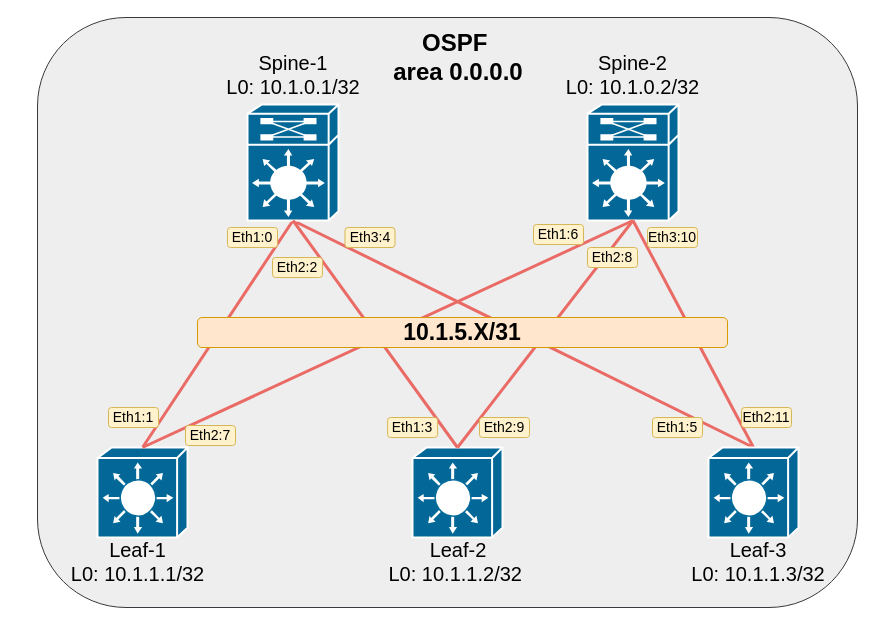
The draw.io diagram lab2/Копия dz-2_topo_clos.drawio in Tema-sudo/OTUS_DC_network_design, before the edit. Source tidied: cells renumbered, new cells numbered last; positions are measured from the earlier drawing's top-left corner, leaving out a move shared by most shapes. Both pictures are drawn from the tidied source at 100%, with x=0, y=0 at pixel (37, 17).
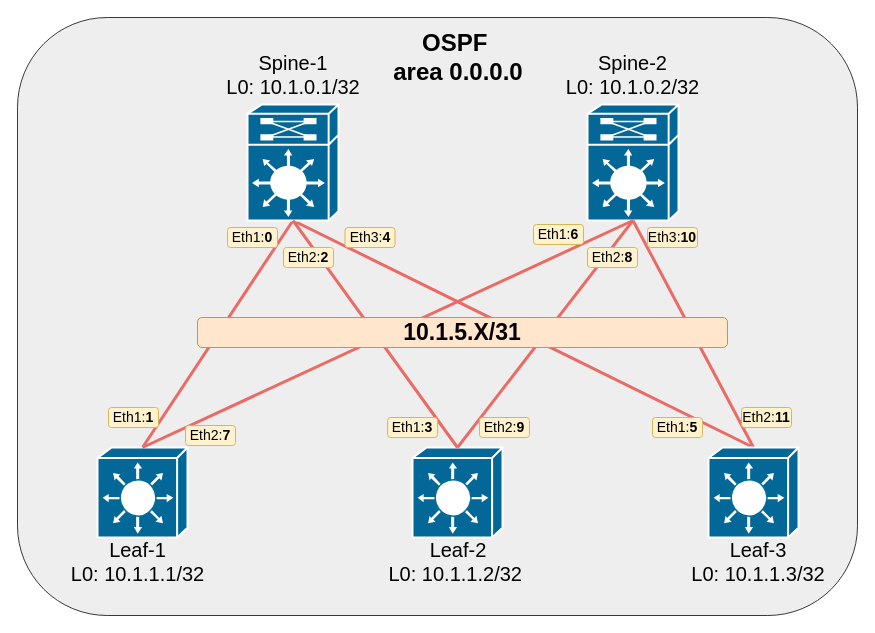
The same diagram, later.

What changed in the source:
```diff
@@
     <mxCell id="2" style="rounded=1;whiteSpace=wrap;html=1;hachureGap=4;fontFamily=Architects Daughter;fontSize=20;strokeColor=#36393d;fillColor=#eeeeee;" parent="1" vertex="1">
-      <mxGeometry width="820" height="590" as="geometry" />
+      <mxGeometry x="-20" width="840" height="598" as="geometry" />
     </mxCell>
@@
-    <mxCell id="18" value="Eth1:1" style="text;html=1;strokeColor=#d6b656;fillColor=#fff2cc;align=center;verticalAlign=middle;whiteSpace=wrap;rounded=1;fontSize=14;fontFamily=Helvetica;horizontal=1;" parent="1" vertex="1">
+    <mxCell id="18" value="Eth1:&lt;b&gt;1&lt;/b&gt;" style="text;html=1;strokeColor=#d6b656;fillColor=#fff2cc;align=center;verticalAlign=middle;whiteSpace=wrap;rounded=1;fontSize=14;fontFamily=Helvetica;horizontal=1;" parent="1" vertex="1">
       <mxGeometry x="71" y="390" width="50" height="20" as="geometry" />
     </mxCell>
@@
-    <mxCell id="21" value="Eth2:7" style="text;html=1;strokeColor=#d6b656;fillColor=#fff2cc;align=center;verticalAlign=middle;whiteSpace=wrap;rounded=1;fontSize=14;fontFamily=Helvetica;horizontal=1;" parent="1" vertex="1">
+    <mxCell id="21" value="Eth2:&lt;b&gt;7&lt;/b&gt;" style="text;html=1;strokeColor=#d6b656;fillColor=#fff2cc;align=center;verticalAlign=middle;whiteSpace=wrap;rounded=1;fontSize=14;fontFamily=Helvetica;horizontal=1;" parent="1" vertex="1">
       <mxGeometry x="148" y="408" width="50" height="20" as="geometry" />
     </mxCell>
-    <mxCell id="22" value="Eth1:0" style="text;html=1;strokeColor=#d6b656;fillColor=#fff2cc;align=center;verticalAlign=middle;whiteSpace=wrap;rounded=1;fontSize=14;fontFamily=Helvetica;horizontal=1;" parent="1" vertex="1">
+    <mxCell id="22" value="Eth1:&lt;b&gt;0&lt;/b&gt;" style="text;html=1;strokeColor=#d6b656;fillColor=#fff2cc;align=center;verticalAlign=middle;whiteSpace=wrap;rounded=1;fontSize=14;fontFamily=Helvetica;horizontal=1;" parent="1" vertex="1">
       <mxGeometry x="190" y="210" width="50" height="20" as="geometry" />
     </mxCell>
-    <mxCell id="23" value="Eth2:2" style="text;html=1;strokeColor=#d6b656;fillColor=#fff2cc;align=center;verticalAlign=middle;whiteSpace=wrap;rounded=1;fontSize=14;fontFamily=Helvetica;horizontal=1;" parent="1" vertex="1">
-      <mxGeometry x="235" y="240" width="50" height="20" as="geometry" />
+    <mxCell id="23" value="Eth2:&lt;b&gt;2&lt;/b&gt;" style="text;html=1;strokeColor=#d6b656;fillColor=#fff2cc;align=center;verticalAlign=middle;whiteSpace=wrap;rounded=1;fontSize=14;fontFamily=Helvetica;horizontal=1;" parent="1" vertex="1">
+      <mxGeometry x="246" y="230" width="50" height="20" as="geometry" />
     </mxCell>
-    <mxCell id="24" value="Eth1:3" style="text;html=1;strokeColor=#d6b656;fillColor=#fff2cc;align=center;verticalAlign=middle;whiteSpace=wrap;rounded=1;fontSize=14;fontFamily=Helvetica;horizontal=1;" parent="1" vertex="1">
+    <mxCell id="24" value="Eth1:&lt;b&gt;3&lt;/b&gt;" style="text;html=1;strokeColor=#d6b656;fillColor=#fff2cc;align=center;verticalAlign=middle;whiteSpace=wrap;rounded=1;fontSize=14;fontFamily=Helvetica;horizontal=1;" parent="1" vertex="1">
       <mxGeometry x="350.1" y="400" width="50" height="20" as="geometry" />
     </mxCell>
-    <mxCell id="25" value="Eth1:6" style="text;html=1;strokeColor=#d6b656;fillColor=#fff2cc;align=center;verticalAlign=middle;whiteSpace=wrap;rounded=1;fontSize=14;fontFamily=Helvetica;horizontal=1;" parent="1" vertex="1">
+    <mxCell id="25" value="Eth1:&lt;b&gt;6&lt;/b&gt;" style="text;html=1;strokeColor=#d6b656;fillColor=#fff2cc;align=center;verticalAlign=middle;whiteSpace=wrap;rounded=1;fontSize=14;fontFamily=Helvetica;horizontal=1;" parent="1" vertex="1">
       <mxGeometry x="496" y="207" width="50" height="20" as="geometry" />
     </mxCell>
-    <mxCell id="26" value="Eth3:4" style="text;html=1;strokeColor=#d6b656;fillColor=#fff2cc;align=center;verticalAlign=middle;whiteSpace=wrap;rounded=1;fontSize=14;fontFamily=Helvetica;horizontal=1;" parent="1" vertex="1">
+    <mxCell id="26" value="Eth3:&lt;b&gt;4&lt;/b&gt;" style="text;html=1;strokeColor=#d6b656;fillColor=#fff2cc;align=center;verticalAlign=middle;whiteSpace=wrap;rounded=1;fontSize=14;fontFamily=Helvetica;horizontal=1;" parent="1" vertex="1">
       <mxGeometry x="307.5" y="210" width="50" height="20" as="geometry" />
     </mxCell>
-    <mxCell id="27" value="Eth1:5" style="text;html=1;strokeColor=#d6b656;fillColor=#fff2cc;align=center;verticalAlign=middle;whiteSpace=wrap;rounded=1;fontSize=14;fontFamily=Helvetica;horizontal=1;" parent="1" vertex="1">
+    <mxCell id="27" value="Eth1:&lt;b&gt;5&lt;/b&gt;" style="text;html=1;strokeColor=#d6b656;fillColor=#fff2cc;align=center;verticalAlign=middle;whiteSpace=wrap;rounded=1;fontSize=14;fontFamily=Helvetica;horizontal=1;" parent="1" vertex="1">
       <mxGeometry x="615" y="400" width="50" height="20" as="geometry" />
     </mxCell>
-    <mxCell id="28" value="Eth2:9" style="text;html=1;strokeColor=#d6b656;fillColor=#fff2cc;align=center;verticalAlign=middle;whiteSpace=wrap;rounded=1;fontSize=14;fontFamily=Helvetica;horizontal=1;" parent="1" vertex="1">
+    <mxCell id="28" value="Eth2:&lt;b&gt;9&lt;/b&gt;" style="text;html=1;strokeColor=#d6b656;fillColor=#fff2cc;align=center;verticalAlign=middle;whiteSpace=wrap;rounded=1;fontSize=14;fontFamily=Helvetica;horizontal=1;" parent="1" vertex="1">
       <mxGeometry x="442" y="400" width="50" height="20" as="geometry" />
     </mxCell>
-    <mxCell id="29" value="Eth2:8" style="text;html=1;strokeColor=#d6b656;fillColor=#fff2cc;align=center;verticalAlign=middle;whiteSpace=wrap;rounded=1;fontSize=14;fontFamily=Helvetica;horizontal=1;" parent="1" vertex="1">
+    <mxCell id="29" value="Eth2:&lt;b&gt;8&lt;/b&gt;" style="text;html=1;strokeColor=#d6b656;fillColor=#fff2cc;align=center;verticalAlign=middle;whiteSpace=wrap;rounded=1;fontSize=14;fontFamily=Helvetica;horizontal=1;" parent="1" vertex="1">
       <mxGeometry x="550" y="230" width="50" height="20" as="geometry" />
     </mxCell>
-    <mxCell id="30" value="Eth3:10" style="text;html=1;strokeColor=#d6b656;fillColor=#fff2cc;align=center;verticalAlign=middle;whiteSpace=wrap;rounded=1;fontSize=14;fontFamily=Helvetica;horizontal=1;" parent="1" vertex="1">
+    <mxCell id="30" value="Eth3:&lt;b&gt;10&lt;/b&gt;" style="text;html=1;strokeColor=#d6b656;fillColor=#fff2cc;align=center;verticalAlign=middle;whiteSpace=wrap;rounded=1;fontSize=14;fontFamily=Helvetica;horizontal=1;" parent="1" vertex="1">
       <mxGeometry x="610" y="210" width="50" height="20" as="geometry" />
     </mxCell>
-    <mxCell id="31" value="Eth2:11" style="text;html=1;strokeColor=#d6b656;fillColor=#fff2cc;align=center;verticalAlign=middle;whiteSpace=wrap;rounded=1;fontSize=14;fontFamily=Helvetica;horizontal=1;" parent="1" vertex="1">
+    <mxCell id="31" value="Eth2:&lt;b&gt;11&lt;/b&gt;" style="text;html=1;strokeColor=#d6b656;fillColor=#fff2cc;align=center;verticalAlign=middle;whiteSpace=wrap;rounded=1;fontSize=14;fontFamily=Helvetica;horizontal=1;" parent="1" vertex="1">
       <mxGeometry x="704" y="390" width="50" height="20" as="geometry" />
     </mxCell>
```
